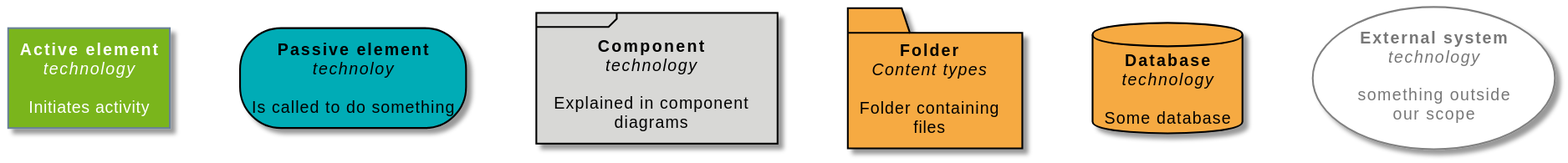
Above: docs/source/static/legend.svg in univention/ucsschool-id-connector (PlantUML), before the change. Source of this version:
```plantuml
@startuml
left to right direction
!include styling.puml

agent "<b>Active element\n<i>technology\n\nInitiates activity" as legend_agent
usecase "<b>External system\n<i>technology\n\nsomething outside\nour scope" as legend_outside
frame "<b>Component\n<i>technology\n\nExplained in component\ndiagrams" as legend_component
storage "<b>Passive element\n<i>technoloy\n\nIs called to do something" as legend_passive
folder "<b>Folder\n<i>Content types\n\nFolder containing\nfiles" as legend_folder
database "<b>Database\n<i>technology\n\nSome database" as legend_database

legend_agent -[hidden]-> legend_passive
legend_passive-[hidden]->legend_component
legend_component -[hidden]->legend_folder
legend_folder -[hidden]->legend_database
legend_database -[hidden]->legend_outside
@enduml
```
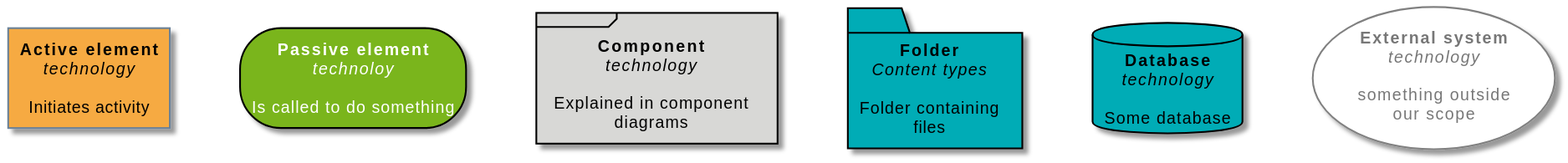
The same file after the commit.

The edit, as a diff of the source:
```diff
@@ -3,11 +3,11 @@
 !include styling.puml
 
 agent "<b>Active element\n<i>technology\n\nInitiates activity" as legend_agent
-usecase "<b>External system\n<i>technology\n\nsomething outside\nour scope" as legend_outside
+storage "<b>Passive element\n<i>technoloy\n\nIs called to do something" as legend_passive
 frame "<b>Component\n<i>technology\n\nExplained in component\ndiagrams" as legend_component
-storage "<b>Passive element\n<i>technoloy\n\nIs called to do something" as legend_passive
 folder "<b>Folder\n<i>Content types\n\nFolder containing\nfiles" as legend_folder
 database "<b>Database\n<i>technology\n\nSome database" as legend_database
+usecase "<b>External system\n<i>technology\n\nsomething outside\nour scope" as legend_outside
 
 legend_agent -[hidden]-> legend_passive
 legend_passive-[hidden]->legend_component
```
